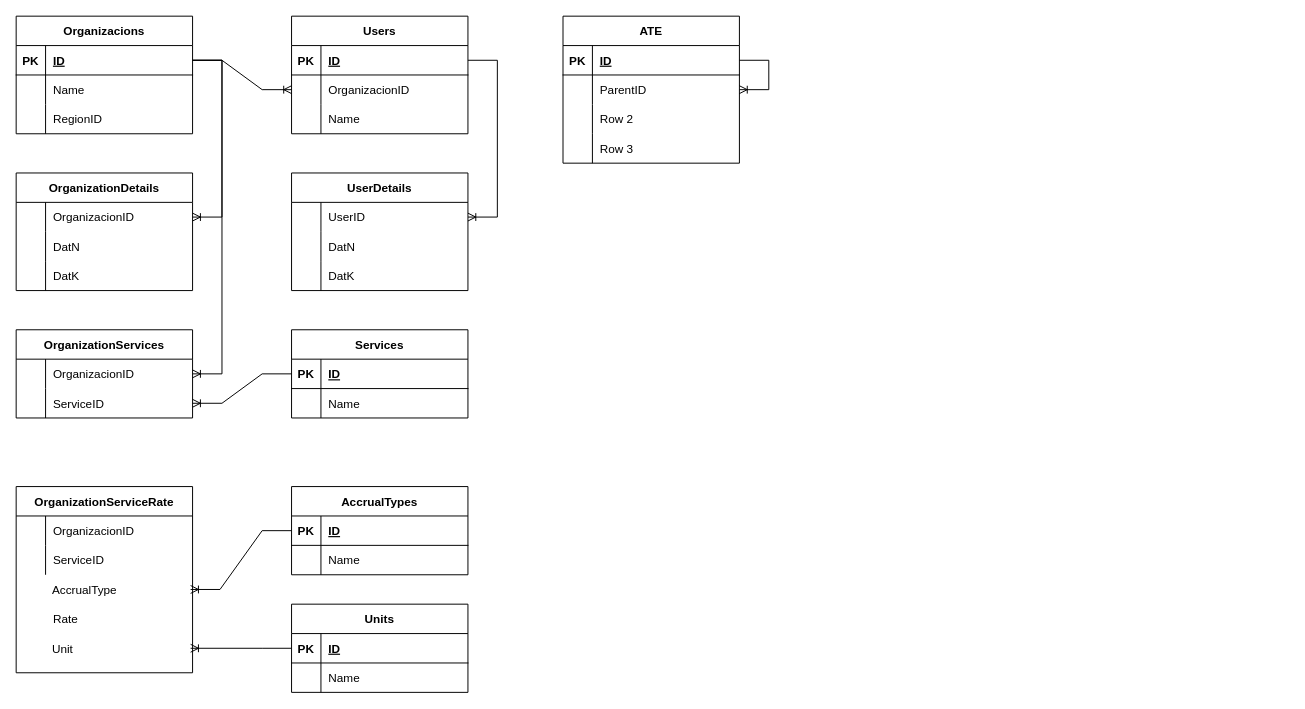
Before: bildb.drawio in mr-vic/billing, a draw.io diagram. Source tidied: cells renumbered, new cells numbered last; positions are measured from the earlier drawing's top-left corner, leaving out a move shared by most shapes. Both pictures are drawn from the tidied source at 98%, with x=0, y=0 at pixel (16, 16).
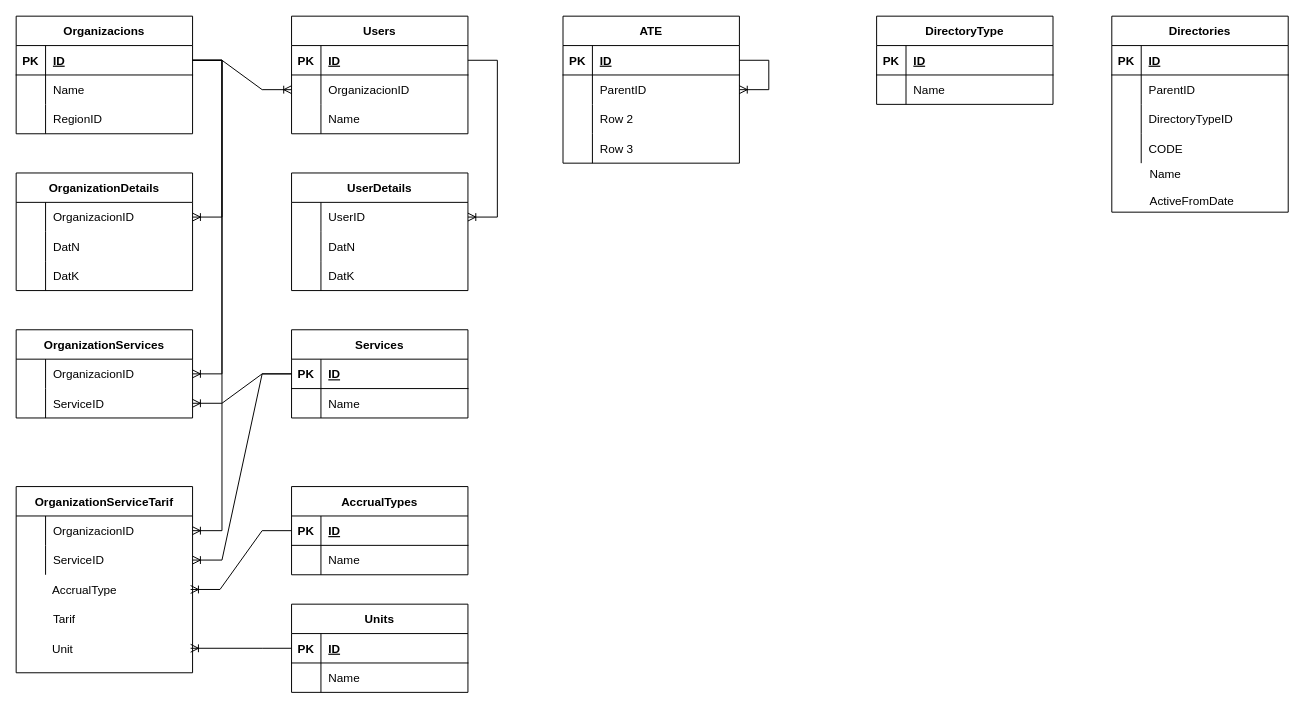
After the change.

Unchanged cells that the change refers to:
```xml
<mxCell id="3" style="shape=tableRow;horizontal=0;startSize=0;swimlaneHead=0;swimlaneBody=0;fillColor=none;points=[[0,0.5],[1,0.5]];portConstraint=eastwest;top=0;left=0;right=0;bottom=1;" parent="2" vertex="1">
  <mxGeometry y="30" width="180" height="30" as="geometry" />
</mxCell>
<mxCell id="67" style="shape=tableRow;horizontal=0;startSize=0;swimlaneHead=0;swimlaneBody=0;fillColor=none;points=[[0,0.5],[1,0.5]];portConstraint=eastwest;top=0;left=0;right=0;bottom=1;" parent="66" vertex="1">
  <mxGeometry y="30" width="180" height="30" as="geometry" />
</mxCell>
<mxCell id="76" style="shape=tableRow;horizontal=0;startSize=0;swimlaneHead=0;swimlaneBody=0;fillColor=none;points=[[0,0.5],[1,0.5]];portConstraint=eastwest;top=0;left=0;right=0;bottom=0;" parent="75" vertex="1">
  <mxGeometry y="30" width="180" height="30" as="geometry" />
</mxCell>
<mxCell id="79" style="shape=tableRow;horizontal=0;startSize=0;swimlaneHead=0;swimlaneBody=0;fillColor=none;points=[[0,0.5],[1,0.5]];portConstraint=eastwest;top=0;left=0;right=0;bottom=0;" parent="75" vertex="1">
  <mxGeometry y="60" width="180" height="30" as="geometry" />
</mxCell>
<mxCell id="93" style="shape=tableRow;horizontal=0;startSize=0;swimlaneHead=0;swimlaneBody=0;fillColor=none;top=0;left=0;right=0;bottom=0;" parent="1" vertex="1">
  <mxGeometry x="1" y="600" width="178" height="30" as="geometry" />
</mxCell>
```

Change to the diagram source:
```diff
@@
-    <mxCell id="75" value="OrganizationServiceRate" style="shape=table;startSize=30;childLayout=tableLayout;rowLines=0;fontStyle=1;align=center;" parent="1" vertex="1">
+    <mxCell id="75" value="OrganizationServiceTarif" style="shape=table;startSize=30;childLayout=tableLayout;rowLines=0;fontStyle=1;align=center;" parent="1" vertex="1">
       <mxGeometry y="480" width="180" height="190" as="geometry" />
     </mxCell>
@@
-    <mxCell id="95" value="Rate" style="shape=partialRectangle;fillColor=none;top=0;left=0;bottom=0;right=0;align=left;spacingLeft=6;overflow=hidden;" parent="93" vertex="1">
+    <mxCell id="95" value="Tarif" style="shape=partialRectangle;fillColor=none;top=0;left=0;bottom=0;right=0;align=left;spacingLeft=6;overflow=hidden;" parent="93" vertex="1">
       <mxGeometry x="29" width="150" height="30" as="geometry" />
     </mxCell>
@@
+    <mxCell id="107" style="edgeStyle=entityRelationEdgeStyle;fontSize=12;html=1;endArrow=ERoneToMany;rounded=0;" parent="1" edge="1" source="3" target="76">
+      <mxGeometry relative="1" as="geometry" />
+    </mxCell>
+    <mxCell id="108" style="edgeStyle=entityRelationEdgeStyle;fontSize=12;html=1;endArrow=ERoneToMany;rounded=0;" parent="1" edge="1" source="67" target="79">
+      <mxGeometry relative="1" as="geometry" />
+    </mxCell>
+    <mxCell id="109" value="DirectoryType" style="shape=table;startSize=30;childLayout=tableLayout;rowLines=0;fontStyle=1;align=center;" parent="1" vertex="1">
+      <mxGeometry x="878" width="180" height="90" as="geometry" />
+    </mxCell>
+    <mxCell id="110" style="shape=tableRow;horizontal=0;startSize=0;swimlaneHead=0;swimlaneBody=0;fillColor=none;top=0;left=0;right=0;bottom=1;" parent="109" vertex="1">
+      <mxGeometry y="30" width="180" height="30" as="geometry" />
+    </mxCell>
+    <mxCell id="111" value="PK" style="shape=partialRectangle;fillColor=none;top=0;left=0;bottom=0;right=0;fontStyle=1;overflow=hidden;" parent="110" vertex="1">
+      <mxGeometry width="30" height="30" as="geometry" />
+    </mxCell>
+    <mxCell id="112" value="ID" style="shape=partialRectangle;fillColor=none;top=0;left=0;bottom=0;right=0;align=left;spacingLeft=6;fontStyle=5;overflow=hidden;" parent="110" vertex="1">
+      <mxGeometry x="30" width="150" height="30" as="geometry" />
+    </mxCell>
+    <mxCell id="113" style="shape=tableRow;horizontal=0;startSize=0;swimlaneHead=0;swimlaneBody=0;fillColor=none;top=0;left=0;right=0;bottom=0;" parent="109" vertex="1">
+      <mxGeometry y="60" width="180" height="30" as="geometry" />
+    </mxCell>
+    <mxCell id="114" style="shape=partialRectangle;fillColor=none;top=0;left=0;bottom=0;right=0;overflow=hidden;" parent="113" vertex="1">
+      <mxGeometry width="30" height="30" as="geometry" />
+    </mxCell>
+    <mxCell id="115" value="Name" style="shape=partialRectangle;fillColor=none;top=0;left=0;bottom=0;right=0;align=left;spacingLeft=6;overflow=hidden;" parent="113" vertex="1">
+      <mxGeometry x="30" width="150" height="30" as="geometry" />
+    </mxCell>
+    <mxCell id="116" value="Directories" style="shape=table;startSize=30;childLayout=tableLayout;rowLines=0;fontStyle=1;align=center;" parent="1" vertex="1">
+      <mxGeometry x="1118" width="180" height="200" as="geometry" />
+    </mxCell>
+    <mxCell id="117" style="shape=tableRow;horizontal=0;startSize=0;swimlaneHead=0;swimlaneBody=0;fillColor=none;top=0;left=0;right=0;bottom=1;" parent="116" vertex="1">
+      <mxGeometry y="30" width="180" height="30" as="geometry" />
+    </mxCell>
+    <mxCell id="118" value="PK" style="shape=partialRectangle;fillColor=none;top=0;left=0;bottom=0;right=0;fontStyle=1;overflow=hidden;" parent="117" vertex="1">
+      <mxGeometry width="30" height="30" as="geometry" />
+    </mxCell>
+    <mxCell id="119" value="ID" style="shape=partialRectangle;fillColor=none;top=0;left=0;bottom=0;right=0;align=left;spacingLeft=6;fontStyle=5;overflow=hidden;" parent="117" vertex="1">
+      <mxGeometry x="30" width="150" height="30" as="geometry" />
+    </mxCell>
+    <mxCell id="120" style="shape=tableRow;horizontal=0;startSize=0;swimlaneHead=0;swimlaneBody=0;fillColor=none;top=0;left=0;right=0;bottom=0;" parent="116" vertex="1">
+      <mxGeometry y="60" width="180" height="30" as="geometry" />
+    </mxCell>
+    <mxCell id="121" style="shape=partialRectangle;fillColor=none;top=0;left=0;bottom=0;right=0;overflow=hidden;" parent="120" vertex="1">
+      <mxGeometry width="30" height="30" as="geometry" />
+    </mxCell>
+    <mxCell id="122" value="ParentID" style="shape=partialRectangle;fillColor=none;top=0;left=0;bottom=0;right=0;align=left;spacingLeft=6;overflow=hidden;" parent="120" vertex="1">
+      <mxGeometry x="30" width="150" height="30" as="geometry" />
+    </mxCell>
+    <mxCell id="123" style="shape=tableRow;horizontal=0;startSize=0;swimlaneHead=0;swimlaneBody=0;fillColor=none;top=0;left=0;right=0;bottom=0;" parent="116" vertex="1">
+      <mxGeometry y="90" width="180" height="30" as="geometry" />
+    </mxCell>
+    <mxCell id="124" style="shape=partialRectangle;fillColor=none;top=0;left=0;bottom=0;right=0;overflow=hidden;" parent="123" vertex="1">
+      <mxGeometry width="30" height="30" as="geometry" />
+    </mxCell>
+    <mxCell id="125" value="DirectoryTypeID" style="shape=partialRectangle;fillColor=none;top=0;left=0;bottom=0;right=0;align=left;spacingLeft=6;overflow=hidden;" parent="123" vertex="1">
+      <mxGeometry x="30" width="150" height="30" as="geometry" />
+    </mxCell>
+    <mxCell id="126" style="shape=tableRow;horizontal=0;startSize=0;swimlaneHead=0;swimlaneBody=0;fillColor=none;top=0;left=0;right=0;bottom=0;" parent="116" vertex="1">
+      <mxGeometry y="120" width="180" height="30" as="geometry" />
+    </mxCell>
+    <mxCell id="127" style="shape=partialRectangle;fillColor=none;top=0;left=0;bottom=0;right=0;overflow=hidden;" parent="126" vertex="1">
+      <mxGeometry width="30" height="30" as="geometry" />
+    </mxCell>
+    <mxCell id="128" value="CODE" style="shape=partialRectangle;fillColor=none;top=0;left=0;bottom=0;right=0;align=left;spacingLeft=6;overflow=hidden;" parent="126" vertex="1">
+      <mxGeometry x="30" width="150" height="30" as="geometry" />
+    </mxCell>
+    <mxCell id="129" style="shape=tableRow;horizontal=0;startSize=0;swimlaneHead=0;swimlaneBody=0;fillColor=none;top=0;left=0;right=0;bottom=0;" parent="1" vertex="1">
+      <mxGeometry x="1119" y="146" width="180" height="30" as="geometry" />
+    </mxCell>
+    <mxCell id="130" style="shape=partialRectangle;fillColor=none;top=0;left=0;bottom=0;right=0;overflow=hidden;" parent="129" vertex="1">
+      <mxGeometry width="30" height="30" as="geometry" />
+    </mxCell>
+    <mxCell id="131" value="Name" style="shape=partialRectangle;fillColor=none;top=0;left=0;bottom=0;right=0;align=left;spacingLeft=6;overflow=hidden;" parent="129" vertex="1">
+      <mxGeometry x="30" width="150" height="30" as="geometry" />
+    </mxCell>
+    <mxCell id="132" style="shape=tableRow;horizontal=0;startSize=0;swimlaneHead=0;swimlaneBody=0;fillColor=none;top=0;left=0;right=0;bottom=0;" parent="1" vertex="1">
+      <mxGeometry x="1119" y="173" width="180" height="30" as="geometry" />
+    </mxCell>
+    <mxCell id="133" style="shape=partialRectangle;fillColor=none;top=0;left=0;bottom=0;right=0;overflow=hidden;" parent="132" vertex="1">
+      <mxGeometry width="30" height="30" as="geometry" />
+    </mxCell>
+    <mxCell id="134" value="ActiveFromDate" style="shape=partialRectangle;fillColor=none;top=0;left=0;bottom=0;right=0;align=left;spacingLeft=6;overflow=hidden;" parent="132" vertex="1">
+      <mxGeometry x="30" width="150" height="30" as="geometry" />
+    </mxCell>
```
